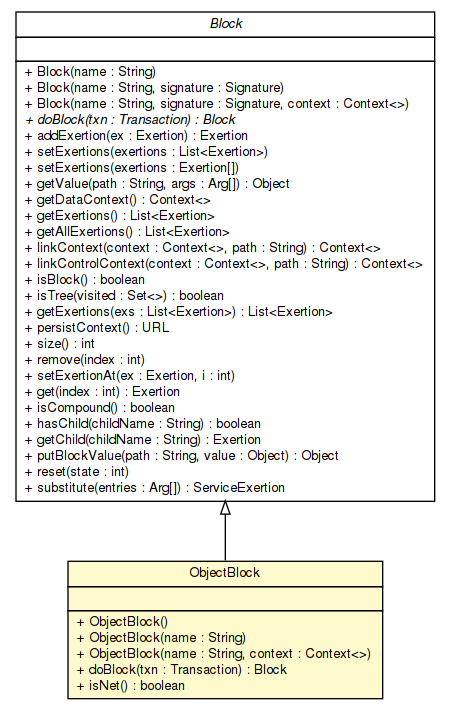
sorcersoft/sorcersoft.github.io keeps this Graphviz diagram as apidocs/sorcer/core/exertion/ObjectBlock.png. Above is the earlier version. Its source is kept beside it as apidocs/sorcer/core/exertion/ObjectBlock.dot. Source of this version:
```dot

digraph G {
	edge [fontname="Helvetica",fontsize=10,labelfontname="Helvetica",labelfontsize=10];
	node [fontname="Helvetica",fontsize=10,shape=plaintext];
	nodesep=0.25;
	ranksep=0.5;
	c317654 [label=<<table title="sorcer.service.Block" border="0" cellborder="1" cellspacing="0" cellpadding="2" port="p" href="../../service/Block.html">
		<tr><td><table border="0" cellspacing="0" cellpadding="1">
<tr><td align="center" balign="center"><font face="Helvetica-Oblique"> Block </font></td></tr>
		</table></td></tr>
		<tr><td><table border="0" cellspacing="0" cellpadding="1">
<tr><td align="left" balign="left">  </td></tr>
		</table></td></tr>
		<tr><td><table border="0" cellspacing="0" cellpadding="1">
<tr><td align="left" balign="left"> + Block(name : String) </td></tr>
<tr><td align="left" balign="left"> + Block(name : String, signature : Signature) </td></tr>
<tr><td align="left" balign="left"> + Block(name : String, signature : Signature, context : Context&lt;&gt;) </td></tr>
<tr><td align="left" balign="left"><font face="Helvetica-Oblique" point-size="10.0"> + doBlock(txn : Transaction) : Block </font></td></tr>
<tr><td align="left" balign="left"> + addExertion(ex : Exertion) : Exertion </td></tr>
<tr><td align="left" balign="left"> + setExertions(exertions : List&lt;Exertion&gt;) </td></tr>
<tr><td align="left" balign="left"> + setExertions(exertions : Exertion[]) </td></tr>
<tr><td align="left" balign="left"> + getValue(path : String, args : Arg[]) : Object </td></tr>
<tr><td align="left" balign="left"> + getDataContext() : Context&lt;&gt; </td></tr>
<tr><td align="left" balign="left"> + getExertions() : List&lt;Exertion&gt; </td></tr>
<tr><td align="left" balign="left"> + getAllExertions() : List&lt;Exertion&gt; </td></tr>
<tr><td align="left" balign="left"> + linkContext(context : Context&lt;&gt;, path : String) : Context&lt;&gt; </td></tr>
<tr><td align="left" balign="left"> + linkControlContext(context : Context&lt;&gt;, path : String) : Context&lt;&gt; </td></tr>
<tr><td align="left" balign="left"> + isBlock() : boolean </td></tr>
<tr><td align="left" balign="left"> + isTree(visited : Set&lt;&gt;) : boolean </td></tr>
<tr><td align="left" balign="left"> + getExertions(exs : List&lt;Exertion&gt;) : List&lt;Exertion&gt; </td></tr>
<tr><td align="left" balign="left"> + persistContext() : URL </td></tr>
<tr><td align="left" balign="left"> + size() : int </td></tr>
<tr><td align="left" balign="left"> + remove(index : int) </td></tr>
<tr><td align="left" balign="left"> + setExertionAt(ex : Exertion, i : int) </td></tr>
<tr><td align="left" balign="left"> + get(index : int) : Exertion </td></tr>
<tr><td align="left" balign="left"> + isCompound() : boolean </td></tr>
<tr><td align="left" balign="left"> + hasChild(childName : String) : boolean </td></tr>
<tr><td align="left" balign="left"> + getChild(childName : String) : Exertion </td></tr>
<tr><td align="left" balign="left"> + putBlockValue(path : String, value : Object) : Object </td></tr>
<tr><td align="left" balign="left"> + reset(state : int) </td></tr>
<tr><td align="left" balign="left"> + substitute(entries : Arg[]) : ServiceExertion </td></tr>
		</table></td></tr>
		</table>>, URL="../../service/Block.html", fontname="Helvetica", fontcolor="black", fontsize=10.0];
	c317858 [label=<<table title="sorcer.core.exertion.ObjectBlock" border="0" cellborder="1" cellspacing="0" cellpadding="2" port="p" bgcolor="lemonChiffon" href="./ObjectBlock.html">
		<tr><td><table border="0" cellspacing="0" cellpadding="1">
<tr><td align="center" balign="center"> ObjectBlock </td></tr>
		</table></td></tr>
		<tr><td><table border="0" cellspacing="0" cellpadding="1">
<tr><td align="left" balign="left">  </td></tr>
		</table></td></tr>
		<tr><td><table border="0" cellspacing="0" cellpadding="1">
<tr><td align="left" balign="left"> + ObjectBlock() </td></tr>
<tr><td align="left" balign="left"> + ObjectBlock(name : String) </td></tr>
<tr><td align="left" balign="left"> + ObjectBlock(name : String, context : Context&lt;&gt;) </td></tr>
<tr><td align="left" balign="left"> + doBlock(txn : Transaction) : Block </td></tr>
<tr><td align="left" balign="left"> + isNet() : boolean </td></tr>
		</table></td></tr>
		</table>>, URL="./ObjectBlock.html", fontname="Helvetica", fontcolor="black", fontsize=10.0];
	c317654:p -> c317858:p [dir=back,arrowtail=empty];
}
```
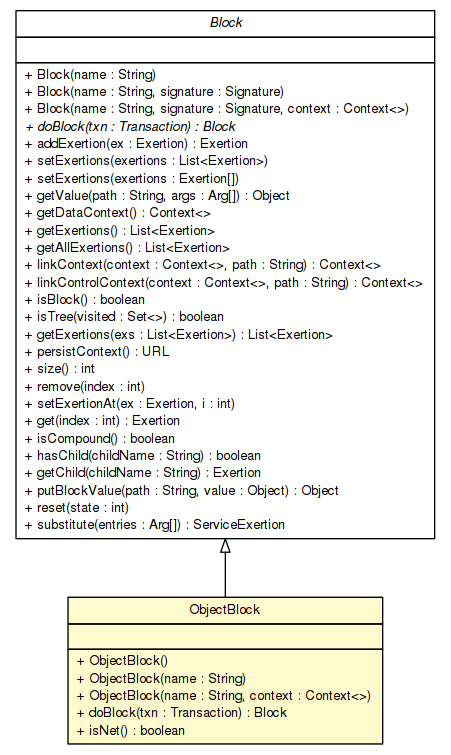
Above is the later version.

Diff of the diagram source:
```diff
@@ -4,7 +4,7 @@
 	node [fontname="Helvetica",fontsize=10,shape=plaintext];
 	nodesep=0.25;
 	ranksep=0.5;
-	c317654 [label=<<table title="sorcer.service.Block" border="0" cellborder="1" cellspacing="0" cellpadding="2" port="p" href="../../service/Block.html">
+	c360016 [label=<<table title="sorcer.service.Block" border="0" cellborder="1" cellspacing="0" cellpadding="2" port="p" href="../../service/Block.html">
 		<tr><td><table border="0" cellspacing="0" cellpadding="1">
 <tr><td align="center" balign="center"><font face="Helvetica-Oblique"> Block </font></td></tr>
 		</table></td></tr>
@@ -41,7 +41,7 @@
 <tr><td align="left" balign="left"> + substitute(entries : Arg[]) : ServiceExertion </td></tr>
 		</table></td></tr>
 		</table>>, URL="../../service/Block.html", fontname="Helvetica", fontcolor="black", fontsize=10.0];
-	c317858 [label=<<table title="sorcer.core.exertion.ObjectBlock" border="0" cellborder="1" cellspacing="0" cellpadding="2" port="p" bgcolor="lemonChiffon" href="./ObjectBlock.html">
+	c360308 [label=<<table title="sorcer.core.exertion.ObjectBlock" border="0" cellborder="1" cellspacing="0" cellpadding="2" port="p" bgcolor="lemonChiffon" href="./ObjectBlock.html">
 		<tr><td><table border="0" cellspacing="0" cellpadding="1">
 <tr><td align="center" balign="center"> ObjectBlock </td></tr>
 		</table></td></tr>
@@ -56,5 +56,5 @@
 <tr><td align="left" balign="left"> + isNet() : boolean </td></tr>
 		</table></td></tr>
 		</table>>, URL="./ObjectBlock.html", fontname="Helvetica", fontcolor="black", fontsize=10.0];
-	c317654:p -> c317858:p [dir=back,arrowtail=empty];
+	c360016:p -> c360308:p [dir=back,arrowtail=empty];
 }
```
